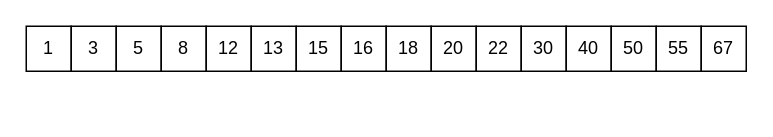
The draw.io diagram 时间复杂度相关1.drawio in jeremy8551/DrawIO_Store, before the edit. Source tidied: cells renumbered, new cells numbered last; positions are measured from the earlier drawing's top-left corner, leaving out a move shared by most shapes. Both pictures are drawn from the tidied source at 150%, with x=0, y=0 at pixel (26, 26).
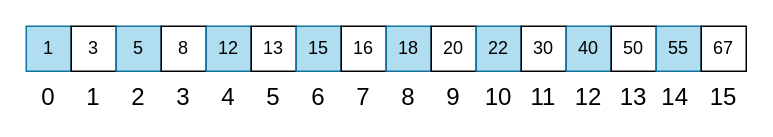
After the change.

Commit message (it also covers changes not shown here):
更新时间复杂度相关1.drawio

What changed in the source:
```diff
@@
-    <mxCell id="2" value="1" style="whiteSpace=wrap;html=1;direction=south;" parent="1" vertex="1">
+    <mxCell id="2" value="1" style="whiteSpace=wrap;html=1;direction=south;fillColor=#b1ddf0;strokeColor=#10739e;" parent="1" vertex="1">
       <mxGeometry width="30" height="30" as="geometry" />
     </mxCell>
@@
-    <mxCell id="4" value="5" style="whiteSpace=wrap;html=1;direction=south;" parent="1" vertex="1">
+    <mxCell id="4" value="5" style="whiteSpace=wrap;html=1;direction=south;fillColor=#b1ddf0;strokeColor=#10739e;" parent="1" vertex="1">
       <mxGeometry x="60" width="30" height="30" as="geometry" />
     </mxCell>
@@
-    <mxCell id="6" value="12" style="whiteSpace=wrap;html=1;direction=south;" parent="1" vertex="1">
+    <mxCell id="6" value="12" style="whiteSpace=wrap;html=1;direction=south;fillColor=#b1ddf0;strokeColor=#10739e;" parent="1" vertex="1">
       <mxGeometry x="120" width="30" height="30" as="geometry" />
     </mxCell>
@@
-    <mxCell id="8" value="15" style="whiteSpace=wrap;html=1;direction=south;" parent="1" vertex="1">
+    <mxCell id="8" value="15" style="whiteSpace=wrap;html=1;direction=south;fillColor=#b1ddf0;strokeColor=#10739e;" parent="1" vertex="1">
       <mxGeometry x="180" width="30" height="30" as="geometry" />
     </mxCell>
@@
-    <mxCell id="10" value="18" style="whiteSpace=wrap;html=1;direction=south;" parent="1" vertex="1">
+    <mxCell id="10" value="18" style="whiteSpace=wrap;html=1;direction=south;fillColor=#b1ddf0;strokeColor=#10739e;" parent="1" vertex="1">
       <mxGeometry x="240" width="30" height="30" as="geometry" />
     </mxCell>
@@
-    <mxCell id="12" value="22" style="whiteSpace=wrap;html=1;direction=south;" parent="1" vertex="1">
+    <mxCell id="12" value="22" style="whiteSpace=wrap;html=1;direction=south;fillColor=#b1ddf0;strokeColor=#10739e;" parent="1" vertex="1">
       <mxGeometry x="300" width="30" height="30" as="geometry" />
     </mxCell>
@@
-    <mxCell id="14" value="40" style="whiteSpace=wrap;html=1;direction=south;" parent="1" vertex="1">
+    <mxCell id="14" value="40" style="whiteSpace=wrap;html=1;direction=south;fillColor=#b1ddf0;strokeColor=#10739e;" parent="1" vertex="1">
       <mxGeometry x="360" width="30" height="30" as="geometry" />
     </mxCell>
@@
-    <mxCell id="16" value="55" style="whiteSpace=wrap;html=1;direction=south;" parent="1" vertex="1">
+    <mxCell id="16" value="55" style="whiteSpace=wrap;html=1;direction=south;fillColor=#b1ddf0;strokeColor=#10739e;" parent="1" vertex="1">
       <mxGeometry x="420" width="30" height="30" as="geometry" />
     </mxCell>
@@
+    <mxCell id="18" value="0" style="text;html=1;strokeColor=none;fillColor=none;align=center;verticalAlign=middle;whiteSpace=wrap;rounded=0;fontSize=16;" parent="1" vertex="1">
+      <mxGeometry x="4" y="40" width="22" height="13" as="geometry" />
+    </mxCell>
+    <mxCell id="19" value="1" style="text;html=1;strokeColor=none;fillColor=none;align=center;verticalAlign=middle;whiteSpace=wrap;rounded=0;fontSize=16;" parent="1" vertex="1">
+      <mxGeometry x="34" y="40" width="22" height="13" as="geometry" />
+    </mxCell>
+    <mxCell id="20" value="2" style="text;html=1;strokeColor=none;fillColor=none;align=center;verticalAlign=middle;whiteSpace=wrap;rounded=0;fontSize=16;" parent="1" vertex="1">
+      <mxGeometry x="64" y="40" width="22" height="13" as="geometry" />
+    </mxCell>
+    <mxCell id="21" value="3" style="text;html=1;strokeColor=none;fillColor=none;align=center;verticalAlign=middle;whiteSpace=wrap;rounded=0;fontSize=16;" parent="1" vertex="1">
+      <mxGeometry x="94" y="40" width="22" height="13" as="geometry" />
+    </mxCell>
+    <mxCell id="22" value="4" style="text;html=1;strokeColor=none;fillColor=none;align=center;verticalAlign=middle;whiteSpace=wrap;rounded=0;fontSize=16;" parent="1" vertex="1">
+      <mxGeometry x="124" y="40" width="22" height="13" as="geometry" />
+    </mxCell>
+    <mxCell id="23" value="5" style="text;html=1;strokeColor=none;fillColor=none;align=center;verticalAlign=middle;whiteSpace=wrap;rounded=0;fontSize=16;" parent="1" vertex="1">
+      <mxGeometry x="154" y="40" width="22" height="13" as="geometry" />
+    </mxCell>
+    <mxCell id="24" value="6" style="text;html=1;strokeColor=none;fillColor=none;align=center;verticalAlign=middle;whiteSpace=wrap;rounded=0;fontSize=16;" parent="1" vertex="1">
+      <mxGeometry x="184" y="40" width="22" height="13" as="geometry" />
+    </mxCell>
+    <mxCell id="25" value="7" style="text;html=1;strokeColor=none;fillColor=none;align=center;verticalAlign=middle;whiteSpace=wrap;rounded=0;fontSize=16;" parent="1" vertex="1">
+      <mxGeometry x="214" y="40" width="22" height="13" as="geometry" />
+    </mxCell>
+    <mxCell id="26" value="8" style="text;html=1;strokeColor=none;fillColor=none;align=center;verticalAlign=middle;whiteSpace=wrap;rounded=0;fontSize=16;" parent="1" vertex="1">
+      <mxGeometry x="244" y="40" width="22" height="13" as="geometry" />
+    </mxCell>
+    <mxCell id="27" value="9" style="text;html=1;strokeColor=none;fillColor=none;align=center;verticalAlign=middle;whiteSpace=wrap;rounded=0;fontSize=16;" parent="1" vertex="1">
+      <mxGeometry x="274" y="40" width="22" height="13" as="geometry" />
+    </mxCell>
+    <mxCell id="28" value="10" style="text;html=1;strokeColor=none;fillColor=none;align=center;verticalAlign=middle;whiteSpace=wrap;rounded=0;fontSize=16;" parent="1" vertex="1">
+      <mxGeometry x="304" y="40" width="22" height="13" as="geometry" />
+    </mxCell>
+    <mxCell id="29" value="11" style="text;html=1;strokeColor=none;fillColor=none;align=center;verticalAlign=middle;whiteSpace=wrap;rounded=0;fontSize=16;" parent="1" vertex="1">
+      <mxGeometry x="334" y="40" width="22" height="13" as="geometry" />
+    </mxCell>
+    <mxCell id="30" value="12&lt;span style=&quot;white-space: pre;&quot;&gt;&lt;br&gt;&lt;/span&gt;" style="text;html=1;strokeColor=none;fillColor=none;align=center;verticalAlign=middle;whiteSpace=wrap;rounded=0;fontSize=16;" parent="1" vertex="1">
+      <mxGeometry x="364" y="40" width="22" height="13" as="geometry" />
+    </mxCell>
+    <mxCell id="31" value="13" style="text;html=1;strokeColor=none;fillColor=none;align=center;verticalAlign=middle;whiteSpace=wrap;rounded=0;fontSize=16;" parent="1" vertex="1">
+      <mxGeometry x="394" y="40" width="22" height="13" as="geometry" />
+    </mxCell>
+    <mxCell id="32" value="14&amp;nbsp;" style="text;html=1;strokeColor=none;fillColor=none;align=center;verticalAlign=middle;whiteSpace=wrap;rounded=0;fontSize=16;" parent="1" vertex="1">
+      <mxGeometry x="424" y="40" width="22" height="13" as="geometry" />
+    </mxCell>
+    <mxCell id="33" value="15" style="text;html=1;strokeColor=none;fillColor=none;align=center;verticalAlign=middle;whiteSpace=wrap;rounded=0;fontSize=16;" parent="1" vertex="1">
+      <mxGeometry x="454" y="40" width="22" height="13" as="geometry" />
+    </mxCell>
```
